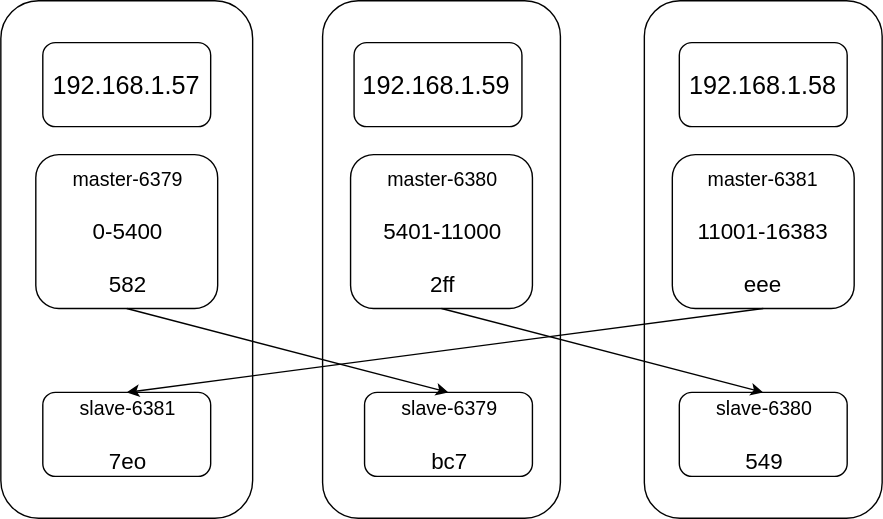
Before: Redis/redis_cluster.svg, a diagram exported from draw.io (lanzhiwang/awesome-huzhi). Source tidied: cells renumbered, new cells last; positions are measured from the earlier drawing's top-left corner, leaving out a move shared by most shapes. The source it was exported from:
```xml
<mxGraphModel>
  <root>
    <mxCell id="0" />
    <mxCell id="1" parent="0" />
    <mxCell id="2" style="rounded=1;whiteSpace=wrap;html=1;" parent="1" vertex="1">
      <mxGeometry x="460" width="170" height="370" as="geometry" />
    </mxCell>
    <mxCell id="3" style="rounded=1;whiteSpace=wrap;html=1;" parent="1" vertex="1">
      <mxGeometry x="230" width="170" height="370" as="geometry" />
    </mxCell>
    <mxCell id="4" style="rounded=1;whiteSpace=wrap;html=1;" parent="1" vertex="1">
      <mxGeometry width="180" height="370" as="geometry" />
    </mxCell>
    <mxCell id="5" value="&lt;font style=&quot;font-size: 18px&quot;&gt;192.168.1.57&lt;/font&gt;" style="rounded=1;whiteSpace=wrap;html=1;" parent="1" vertex="1">
      <mxGeometry x="30" y="30" width="120" height="60" as="geometry" />
    </mxCell>
    <mxCell id="6" value="&lt;font style=&quot;font-size: 18px&quot;&gt;192.168.1.59&amp;nbsp;&lt;/font&gt;" style="rounded=1;whiteSpace=wrap;html=1;" parent="1" vertex="1">
      <mxGeometry x="252.5" y="30" width="120" height="60" as="geometry" />
    </mxCell>
    <mxCell id="7" value="&lt;font style=&quot;font-size: 18px&quot;&gt;192.168.1.58&lt;/font&gt;" style="rounded=1;whiteSpace=wrap;html=1;" parent="1" vertex="1">
      <mxGeometry x="485" y="30" width="120" height="60" as="geometry" />
    </mxCell>
    <mxCell id="8" value="&lt;div&gt;&lt;font style=&quot;font-size: 14px&quot;&gt;master-6379&lt;/font&gt;&lt;/div&gt;&lt;div&gt;&lt;font size=&quot;3&quot;&gt;&lt;br&gt;&lt;/font&gt;&lt;/div&gt;&lt;div&gt;&lt;font size=&quot;3&quot;&gt;0-5400&lt;/font&gt;&lt;/div&gt;&lt;div&gt;&lt;font size=&quot;3&quot;&gt;&lt;br&gt;&lt;/font&gt;&lt;/div&gt;&lt;div&gt;&lt;font size=&quot;3&quot;&gt;582&lt;/font&gt;&lt;/div&gt;" style="rounded=1;whiteSpace=wrap;html=1;" parent="1" vertex="1">
      <mxGeometry x="25" y="110" width="130" height="110" as="geometry" />
    </mxCell>
    <mxCell id="9" value="&lt;div&gt;&lt;font style=&quot;font-size: 14px&quot;&gt;master-6380&lt;/font&gt;&lt;/div&gt;&lt;div&gt;&lt;font size=&quot;3&quot;&gt;&lt;br&gt;&lt;/font&gt;&lt;/div&gt;&lt;div&gt;&lt;font size=&quot;3&quot;&gt;5401-11000&lt;/font&gt;&lt;/div&gt;&lt;div&gt;&lt;font size=&quot;3&quot;&gt;&lt;br&gt;&lt;/font&gt;&lt;/div&gt;&lt;div&gt;&lt;font size=&quot;3&quot;&gt;2ff&lt;/font&gt;&lt;/div&gt;" style="rounded=1;whiteSpace=wrap;html=1;" parent="1" vertex="1">
      <mxGeometry x="250" y="110" width="130" height="110" as="geometry" />
    </mxCell>
    <mxCell id="10" value="&lt;div&gt;&lt;font style=&quot;font-size: 14px&quot;&gt;master-6381&lt;/font&gt;&lt;/div&gt;&lt;div&gt;&lt;font size=&quot;3&quot;&gt;&lt;br&gt;&lt;/font&gt;&lt;/div&gt;&lt;div&gt;&lt;font size=&quot;3&quot;&gt;11001-16383&lt;/font&gt;&lt;/div&gt;&lt;div&gt;&lt;font size=&quot;3&quot;&gt;&lt;br&gt;&lt;/font&gt;&lt;/div&gt;&lt;div&gt;&lt;font size=&quot;3&quot;&gt;eee&lt;/font&gt;&lt;/div&gt;" style="rounded=1;whiteSpace=wrap;html=1;" parent="1" vertex="1">
      <mxGeometry x="480" y="110" width="130" height="110" as="geometry" />
    </mxCell>
    <mxCell id="11" value="&lt;div&gt;&lt;font style=&quot;font-size: 14px&quot;&gt;slave-6381&lt;/font&gt;&lt;/div&gt;&lt;div&gt;&lt;font size=&quot;3&quot;&gt;&lt;br&gt;&lt;/font&gt;&lt;/div&gt;&lt;div&gt;&lt;font size=&quot;3&quot;&gt;7eo&lt;/font&gt;&lt;/div&gt;" style="rounded=1;whiteSpace=wrap;html=1;" parent="1" vertex="1">
      <mxGeometry x="30" y="280" width="120" height="60" as="geometry" />
    </mxCell>
    <mxCell id="12" value="&lt;div&gt;&lt;font style=&quot;font-size: 14px&quot;&gt;slave-6379&lt;/font&gt;&lt;/div&gt;&lt;div&gt;&lt;font size=&quot;3&quot;&gt;&lt;br&gt;&lt;/font&gt;&lt;/div&gt;&lt;div&gt;&lt;font size=&quot;3&quot;&gt;bc7&lt;/font&gt;&lt;/div&gt;" style="rounded=1;whiteSpace=wrap;html=1;" parent="1" vertex="1">
      <mxGeometry x="260" y="280" width="120" height="60" as="geometry" />
    </mxCell>
    <mxCell id="13" value="&lt;div&gt;&lt;font style=&quot;font-size: 14px&quot;&gt;slave-6380&lt;/font&gt;&lt;/div&gt;&lt;div&gt;&lt;font size=&quot;3&quot;&gt;&lt;br&gt;&lt;/font&gt;&lt;/div&gt;&lt;div&gt;&lt;font size=&quot;3&quot;&gt;549&lt;/font&gt;&lt;/div&gt;" style="rounded=1;whiteSpace=wrap;html=1;" parent="1" vertex="1">
      <mxGeometry x="485" y="280" width="120" height="60" as="geometry" />
    </mxCell>
    <mxCell id="14" style="endArrow=classic;html=1;exitX=0.5;exitY=1;entryX=0.5;entryY=0;" parent="1" edge="1" source="8" target="12">
      <mxGeometry relative="1" as="geometry" />
    </mxCell>
    <mxCell id="15" style="endArrow=classic;html=1;exitX=0.5;exitY=1;entryX=0.5;entryY=0;" parent="1" edge="1" source="9" target="13">
      <mxGeometry relative="1" as="geometry" />
    </mxCell>
    <mxCell id="16" style="endArrow=classic;html=1;exitX=0.5;exitY=1;entryX=0.5;entryY=0;" parent="1" edge="1" source="10" target="11">
      <mxGeometry relative="1" as="geometry" />
    </mxCell>
  </root>
</mxGraphModel>
```
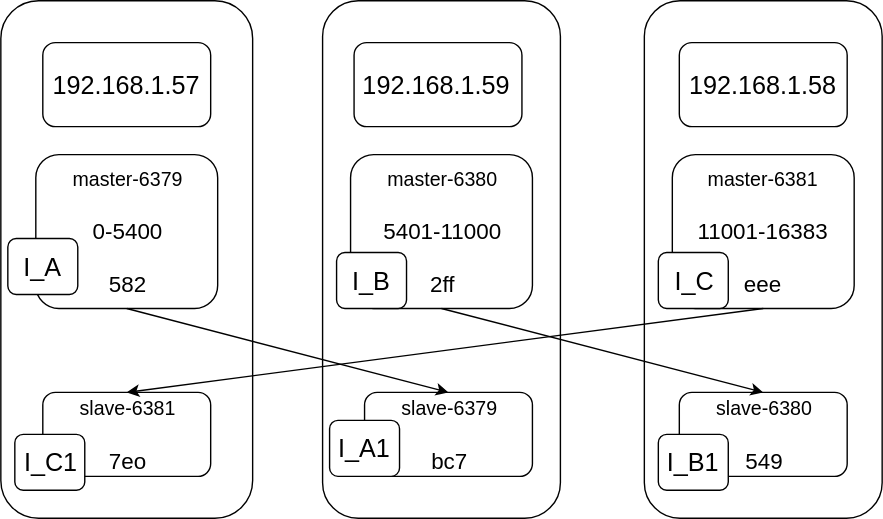
After the commit.

Diff of the diagram source:
```diff
@@ -47,5 +47,23 @@
     <mxCell id="16" style="endArrow=classic;html=1;exitX=0.5;exitY=1;entryX=0.5;entryY=0;" parent="1" edge="1" source="10" target="11">
       <mxGeometry relative="1" as="geometry" />
     </mxCell>
+    <mxCell id="17" value="&lt;font style=&quot;font-size: 18px&quot;&gt;I_A&lt;/font&gt;" style="rounded=1;whiteSpace=wrap;html=1;" parent="1" vertex="1">
+      <mxGeometry x="5" y="170" width="50" height="40" as="geometry" />
+    </mxCell>
+    <mxCell id="18" value="&lt;font style=&quot;font-size: 18px&quot;&gt;I_A1&lt;/font&gt;" style="rounded=1;whiteSpace=wrap;html=1;" parent="1" vertex="1">
+      <mxGeometry x="235" y="300" width="50" height="40" as="geometry" />
+    </mxCell>
+    <mxCell id="19" value="&lt;font style=&quot;font-size: 18px&quot;&gt;I_B&lt;/font&gt;" style="rounded=1;whiteSpace=wrap;html=1;" parent="1" vertex="1">
+      <mxGeometry x="240" y="180" width="50" height="40" as="geometry" />
+    </mxCell>
+    <mxCell id="20" value="&lt;font style=&quot;font-size: 18px&quot;&gt;I_B1&lt;/font&gt;" style="rounded=1;whiteSpace=wrap;html=1;" parent="1" vertex="1">
+      <mxGeometry x="470" y="310" width="50" height="40" as="geometry" />
+    </mxCell>
+    <mxCell id="21" value="&lt;font style=&quot;font-size: 18px&quot;&gt;I_C&lt;/font&gt;" style="rounded=1;whiteSpace=wrap;html=1;" parent="1" vertex="1">
+      <mxGeometry x="470" y="180" width="50" height="40" as="geometry" />
+    </mxCell>
+    <mxCell id="22" value="&lt;font style=&quot;font-size: 18px&quot;&gt;I_C1&lt;/font&gt;" style="rounded=1;whiteSpace=wrap;html=1;" parent="1" vertex="1">
+      <mxGeometry x="10" y="310" width="50" height="40" as="geometry" />
+    </mxCell>
   </root>
 </mxGraphModel>
```
